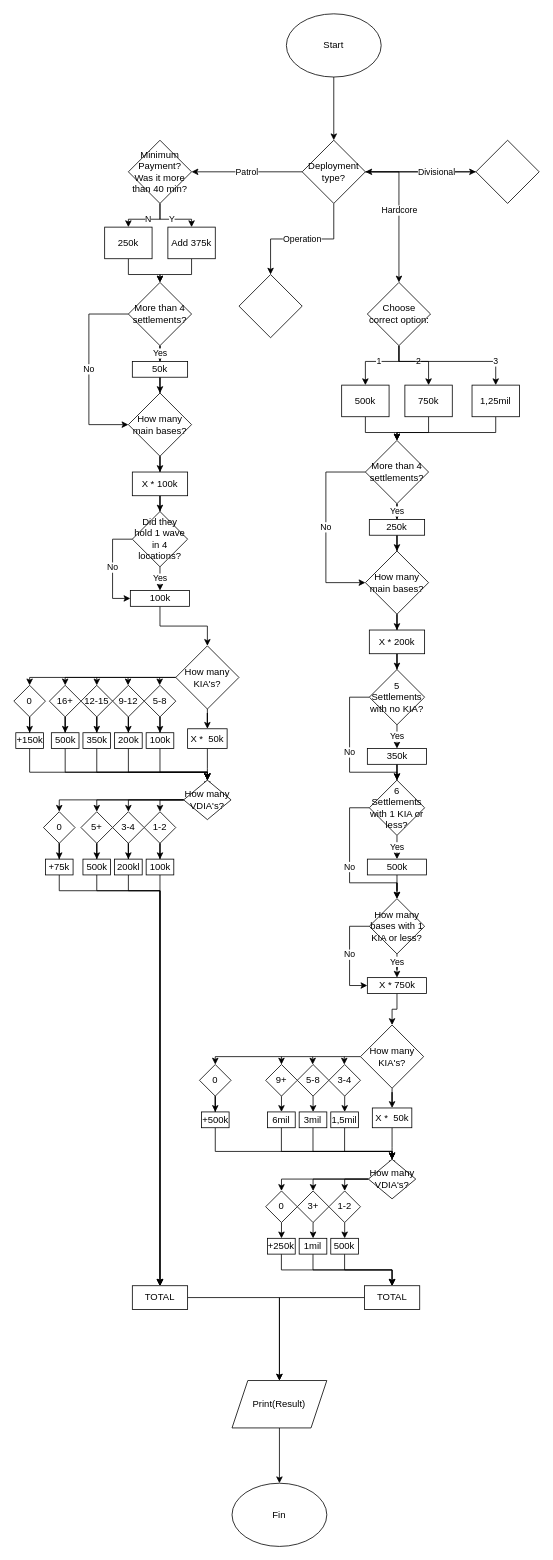
Earlier version of the draw.io diagram files&data/Flow_Chart_1.drawio (AxaQuilPre/Project-002). Source tidied: cells renumbered, new cells numbered last; positions are measured from the earlier drawing's top-left corner, leaving out a move shared by most shapes. Both pictures are drawn from the tidied source at 79%, with x=0, y=0 at pixel (13, 13).
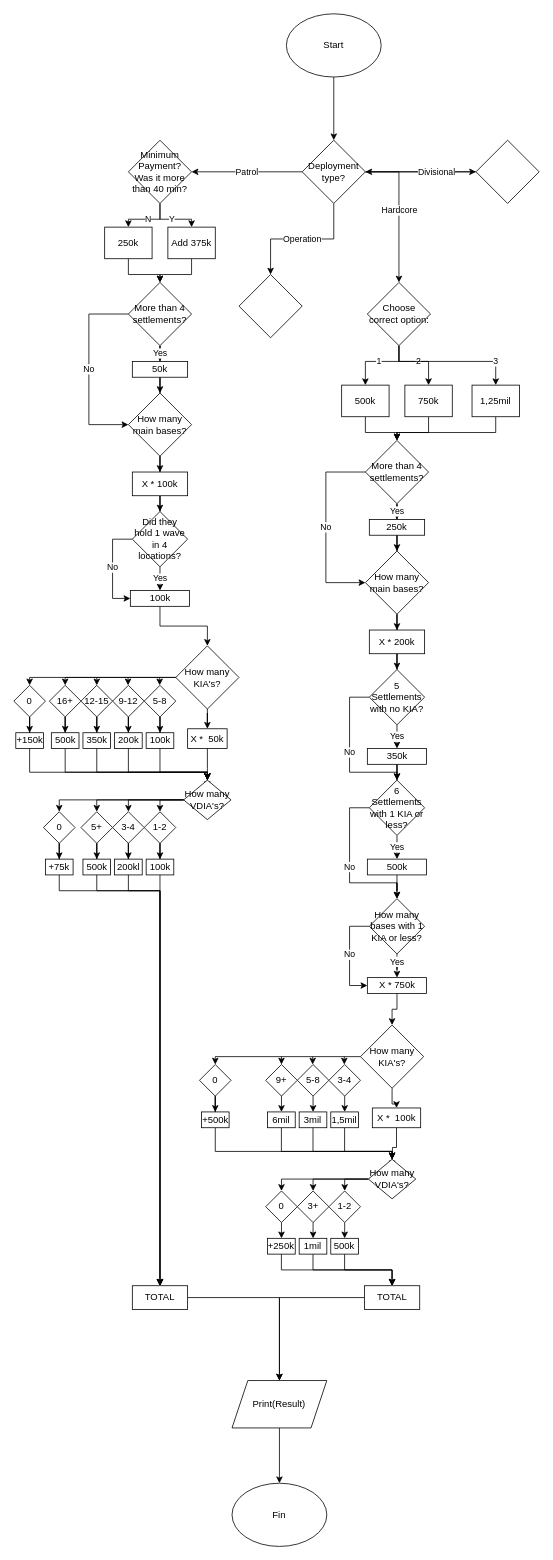
After the change.

Change to the diagram source:
```diff
@@
-    <mxCell id="103" value="X * &amp;nbsp;50k" style="rounded=0;whiteSpace=wrap;html=1;" parent="1" vertex="1">
-      <mxGeometry x="453.8" y="1385" width="50" height="25" as="geometry" />
+    <mxCell id="103" value="X *&amp;nbsp; 100k" style="rounded=0;whiteSpace=wrap;html=1;" parent="1" vertex="1">
+      <mxGeometry x="453.8" y="1385" width="61.2" height="25" as="geometry" />
     </mxCell>
```
